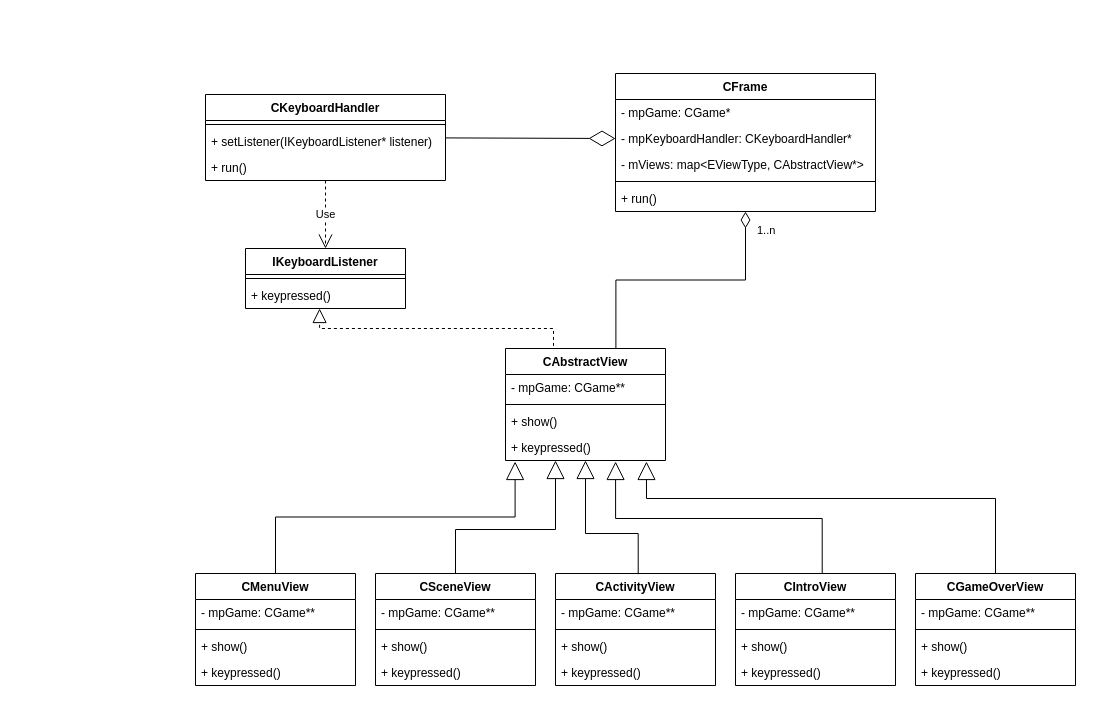
Cron1xxx/IslandGame keeps this draw.io diagram as page "Class Diagram UI" (1 of 3) of Class Diagram.drawio. Above is the earlier version. Source tidied: cells renumbered, new cells numbered last; positions are measured from the earlier drawing's top-left corner, leaving out a move shared by most shapes. Both pictures are drawn from the tidied source at 100%, with x=0, y=0 at pixel (195, 73).
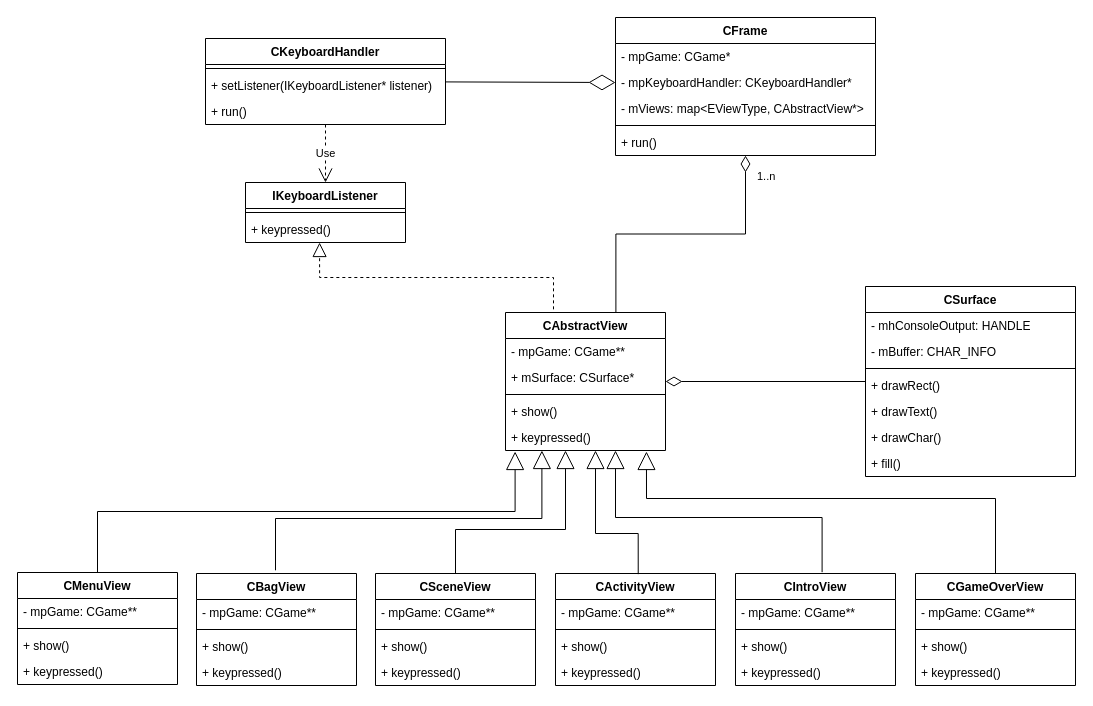
The same diagram, later.

The change refers to these unchanged cells:
```xml
<mxCell id="23" value="CSceneView" style="swimlane;fontStyle=1;align=center;verticalAlign=top;horizontal=1;startSize=26;whiteSpace=wrap;html=1;" parent="1" vertex="1">
  <mxGeometry x="180" y="500" width="160" height="112" as="geometry" />
</mxCell>
<mxCell id="28" value="CActivityView" style="swimlane;fontStyle=1;align=center;verticalAlign=top;horizontal=1;startSize=26;whiteSpace=wrap;html=1;" parent="1" vertex="1">
  <mxGeometry x="360" y="500" width="160" height="112" as="geometry" />
</mxCell>
<mxCell id="33" value="CIntroView" style="swimlane;fontStyle=1;align=center;verticalAlign=top;horizontal=1;startSize=26;whiteSpace=wrap;html=1;" parent="1" vertex="1">
  <mxGeometry x="540" y="500" width="160" height="112" as="geometry" />
</mxCell>
```

What changed in the source:
```diff
@@
     <mxCell id="2" value="CFrame" style="swimlane;fontStyle=1;align=center;verticalAlign=top;horizontal=1;startSize=26;whiteSpace=wrap;html=1;" parent="1" vertex="1">
-      <mxGeometry x="420" width="260" height="138" as="geometry" />
+      <mxGeometry x="420" y="-56" width="260" height="138" as="geometry" />
     </mxCell>
@@
     <mxCell id="8" value="CAbstractView" style="swimlane;fontStyle=1;align=center;verticalAlign=top;horizontal=1;startSize=26;whiteSpace=wrap;html=1;" parent="1" vertex="1">
-      <mxGeometry x="310" y="275" width="160" height="112" as="geometry" />
+      <mxGeometry x="310" y="239" width="160" height="138" as="geometry" />
     </mxCell>
@@
+    <mxCell id="54" value="+ mSurface: CSurface*" style="text;strokeColor=none;fillColor=none;align=left;verticalAlign=top;spacingLeft=4;spacingRight=4;overflow=hidden;whiteSpace=wrap;html=1;" parent="8" vertex="1">
+      <mxGeometry y="52" width="160" height="26" as="geometry" />
+    </mxCell>
     <mxCell id="10" style="line;strokeWidth=1;fillColor=none;align=left;verticalAlign=middle;spacingTop=-1;spacingLeft=3;spacingRight=3;labelPosition=right;strokeColor=inherit;" parent="8" vertex="1">
-      <mxGeometry y="52" width="160" height="8" as="geometry" />
+      <mxGeometry y="78" width="160" height="8" as="geometry" />
     </mxCell>
     <mxCell id="11" value="+ show()" style="text;strokeColor=none;fillColor=none;align=left;verticalAlign=top;spacingLeft=4;spacingRight=4;overflow=hidden;whiteSpace=wrap;html=1;" parent="8" vertex="1">
-      <mxGeometry y="60" width="160" height="26" as="geometry" />
+      <mxGeometry y="86" width="160" height="26" as="geometry" />
     </mxCell>
     <mxCell id="12" value="+ keypressed()" style="text;strokeColor=none;fillColor=none;align=left;verticalAlign=top;spacingLeft=4;spacingRight=4;overflow=hidden;points=[[0,0.5],[1,0.5]];portConstraint=eastwest;whiteSpace=wrap;html=1;" parent="8" vertex="1">
-      <mxGeometry y="86" width="160" height="26" as="geometry" />
+      <mxGeometry y="112" width="160" height="26" as="geometry" />
     </mxCell>
     <mxCell id="13" value="IKeyboardListener" style="swimlane;fontStyle=1;align=center;verticalAlign=top;horizontal=1;startSize=26;whiteSpace=wrap;html=1;" parent="1" vertex="1">
-      <mxGeometry x="50" y="175" width="160" height="60" as="geometry" />
+      <mxGeometry x="50" y="109" width="160" height="60" as="geometry" />
     </mxCell>
@@
     <mxCell id="18" value="CMenuView" style="swimlane;fontStyle=1;align=center;verticalAlign=top;horizontal=1;startSize=26;whiteSpace=wrap;html=1;" parent="1" vertex="1">
-      <mxGeometry y="500" width="160" height="112" as="geometry" />
+      <mxGeometry x="-178" y="499" width="160" height="112" as="geometry" />
     </mxCell>
@@
     <mxCell id="44" style="endArrow=block;endSize=16;endFill=0;html=1;rounded=0;exitX=0.5;exitY=0;exitDx=0;exitDy=0;edgeStyle=orthogonalEdgeStyle;" parent="1" edge="1" source="23" target="8">
       <mxGeometry relative="1" as="geometry">
         <Array as="points">
           <mxPoint x="260" y="456" />
-          <mxPoint x="360" y="456" />
+          <mxPoint x="370" y="456" />
         </Array>
       </mxGeometry>
     </mxCell>
     <mxCell id="45" style="endArrow=block;endSize=16;endFill=0;html=1;rounded=0;exitX=0.517;exitY=0.006;exitDx=0;exitDy=0;edgeStyle=orthogonalEdgeStyle;exitPerimeter=0;" parent="1" edge="1" source="28" target="8">
       <mxGeometry relative="1" as="geometry">
         <Array as="points">
           <mxPoint x="443" y="460" />
-          <mxPoint x="390" y="460" />
+          <mxPoint x="400" y="460" />
         </Array>
       </mxGeometry>
     </mxCell>
-    <mxCell id="46" style="endArrow=block;endSize=16;endFill=0;html=1;rounded=0;exitX=0.542;exitY=-0.003;exitDx=0;exitDy=0;edgeStyle=orthogonalEdgeStyle;exitPerimeter=0;entryX=0.688;entryY=1.038;entryDx=0;entryDy=0;entryPerimeter=0;" parent="1" edge="1" source="33" target="12">
+    <mxCell id="46" style="endArrow=block;endSize=16;endFill=0;html=1;rounded=0;exitX=0.542;exitY=-0.003;exitDx=0;exitDy=0;edgeStyle=orthogonalEdgeStyle;exitPerimeter=0;entryX=0.688;entryY=1.038;entryDx=0;entryDy=0;entryPerimeter=0;" parent="1" edge="1">
       <mxGeometry relative="1" as="geometry">
+        <mxPoint x="626.6" y="498.7" as="sourcePoint" />
+        <mxPoint x="420" y="377" as="targetPoint" />
         <Array as="points">
-          <mxPoint x="627" y="445" />
-          <mxPoint x="420" y="445" />
+          <mxPoint x="626.9" y="444" />
+          <mxPoint x="419.9" y="444" />
         </Array>
       </mxGeometry>
     </mxCell>
@@
     <mxCell id="48" value="CKeyboardHandler" style="swimlane;fontStyle=1;align=center;verticalAlign=top;horizontal=1;startSize=26;whiteSpace=wrap;html=1;" parent="1" vertex="1">
-      <mxGeometry x="10" y="21" width="240" height="86" as="geometry" />
+      <mxGeometry x="10" y="-35" width="240" height="86" as="geometry" />
     </mxCell>
@@
+    <mxCell id="55" value="CSurface" style="swimlane;fontStyle=1;align=center;verticalAlign=top;horizontal=1;startSize=26;whiteSpace=wrap;html=1;" parent="1" vertex="1">
+      <mxGeometry x="670" y="213" width="210" height="190" as="geometry" />
+    </mxCell>
+    <mxCell id="56" value="- mhConsoleOutput:&amp;nbsp;HANDLE" style="text;strokeColor=none;fillColor=none;align=left;verticalAlign=top;spacingLeft=4;spacingRight=4;overflow=hidden;whiteSpace=wrap;html=1;" parent="55" vertex="1">
+      <mxGeometry y="26" width="210" height="26" as="geometry" />
+    </mxCell>
+    <mxCell id="57" value="- mBuffer:&amp;nbsp;CHAR_INFO" style="text;strokeColor=none;fillColor=none;align=left;verticalAlign=top;spacingLeft=4;spacingRight=4;overflow=hidden;whiteSpace=wrap;html=1;" parent="55" vertex="1">
+      <mxGeometry y="52" width="210" height="26" as="geometry" />
+    </mxCell>
+    <mxCell id="58" style="line;strokeWidth=1;fillColor=none;align=left;verticalAlign=middle;spacingTop=-1;spacingLeft=3;spacingRight=3;labelPosition=right;strokeColor=inherit;" parent="55" vertex="1">
+      <mxGeometry y="78" width="210" height="8" as="geometry" />
+    </mxCell>
+    <mxCell id="59" value="+ drawRect()" style="text;strokeColor=none;fillColor=none;align=left;verticalAlign=top;spacingLeft=4;spacingRight=4;overflow=hidden;whiteSpace=wrap;html=1;" parent="55" vertex="1">
+      <mxGeometry y="86" width="210" height="26" as="geometry" />
+    </mxCell>
+    <mxCell id="60" value="+ drawText()" style="text;strokeColor=none;fillColor=none;align=left;verticalAlign=top;spacingLeft=4;spacingRight=4;overflow=hidden;whiteSpace=wrap;html=1;" parent="55" vertex="1">
+      <mxGeometry y="112" width="210" height="26" as="geometry" />
+    </mxCell>
+    <mxCell id="61" value="+ drawChar()" style="text;strokeColor=none;fillColor=none;align=left;verticalAlign=top;spacingLeft=4;spacingRight=4;overflow=hidden;whiteSpace=wrap;html=1;" parent="55" vertex="1">
+      <mxGeometry y="138" width="210" height="26" as="geometry" />
+    </mxCell>
+    <mxCell id="62" value="+ fill()" style="text;strokeColor=none;fillColor=none;align=left;verticalAlign=top;spacingLeft=4;spacingRight=4;overflow=hidden;whiteSpace=wrap;html=1;" parent="55" vertex="1">
+      <mxGeometry y="164" width="210" height="26" as="geometry" />
+    </mxCell>
+    <mxCell id="63" style="endArrow=none;html=1;endSize=12;startArrow=diamondThin;startSize=14;startFill=0;edgeStyle=orthogonalEdgeStyle;align=left;verticalAlign=bottom;rounded=0;endFill=0;" parent="1" edge="1" source="8" target="55">
+      <mxGeometry x="-0.79" y="10" relative="1" as="geometry" />
+    </mxCell>
+    <mxCell id="64" value="CBagView" style="swimlane;fontStyle=1;align=center;verticalAlign=top;horizontal=1;startSize=26;whiteSpace=wrap;html=1;" parent="1" vertex="1">
+      <mxGeometry x="1" y="500" width="160" height="112" as="geometry" />
+    </mxCell>
+    <mxCell id="65" value="- mpGame: CGame**" style="text;strokeColor=none;fillColor=none;align=left;verticalAlign=top;spacingLeft=4;spacingRight=4;overflow=hidden;whiteSpace=wrap;html=1;" parent="64" vertex="1">
+      <mxGeometry y="26" width="160" height="26" as="geometry" />
+    </mxCell>
+    <mxCell id="66" style="line;strokeWidth=1;fillColor=none;align=left;verticalAlign=middle;spacingTop=-1;spacingLeft=3;spacingRight=3;labelPosition=right;strokeColor=inherit;" parent="64" vertex="1">
+      <mxGeometry y="52" width="160" height="8" as="geometry" />
+    </mxCell>
+    <mxCell id="67" value="+ show()" style="text;strokeColor=none;fillColor=none;align=left;verticalAlign=top;spacingLeft=4;spacingRight=4;overflow=hidden;whiteSpace=wrap;html=1;" parent="64" vertex="1">
+      <mxGeometry y="60" width="160" height="26" as="geometry" />
+    </mxCell>
+    <mxCell id="68" value="+ keypressed()" style="text;strokeColor=none;fillColor=none;align=left;verticalAlign=top;spacingLeft=4;spacingRight=4;overflow=hidden;whiteSpace=wrap;html=1;" parent="64" vertex="1">
+      <mxGeometry y="86" width="160" height="26" as="geometry" />
+    </mxCell>
+    <mxCell id="69" style="endArrow=block;endSize=16;endFill=0;html=1;rounded=0;exitX=0.454;exitY=-0.029;exitDx=0;exitDy=0;edgeStyle=orthogonalEdgeStyle;exitPerimeter=0;" parent="1" edge="1">
+      <mxGeometry relative="1" as="geometry">
+        <mxPoint x="80" y="496.8" as="sourcePoint" />
+        <mxPoint x="346.4" y="377" as="targetPoint" />
+        <Array as="points">
+          <mxPoint x="80.4" y="445" />
+          <mxPoint x="346.4" y="445" />
+        </Array>
+      </mxGeometry>
+    </mxCell>
```
